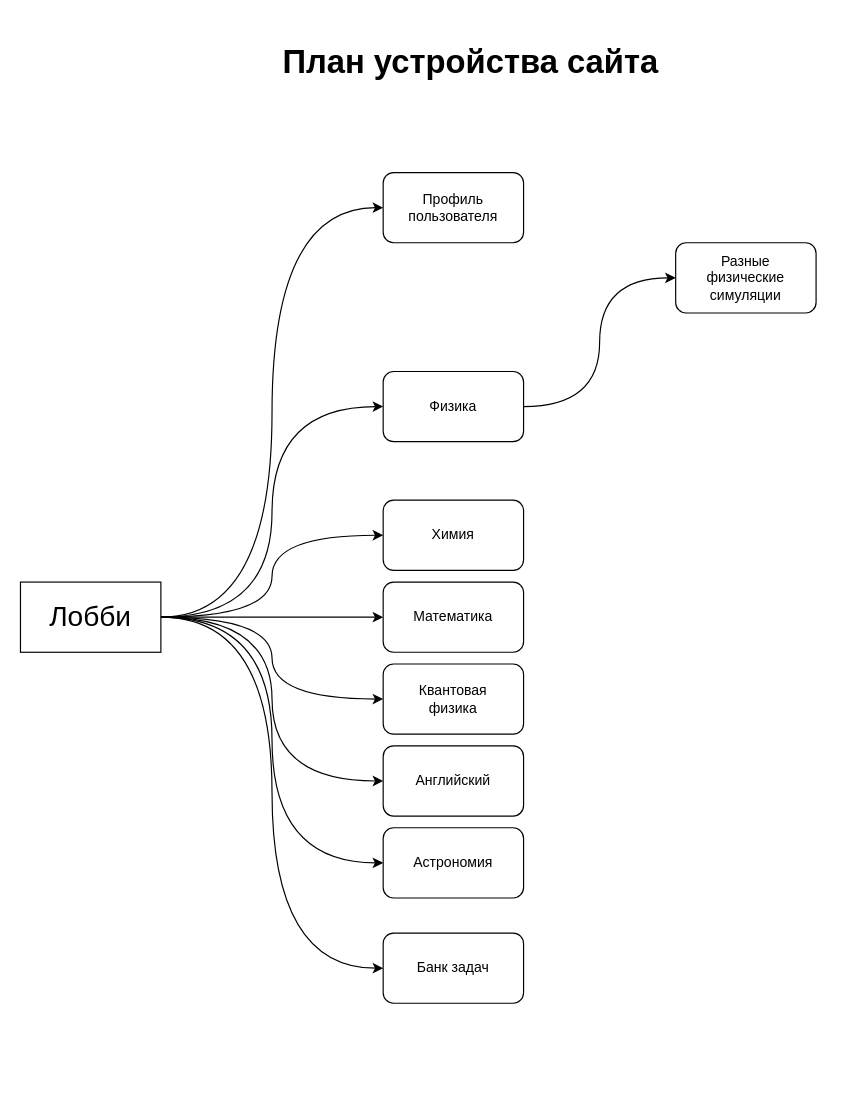
This is other/plan.drawio from VolentCry/study_site, a draw.io file, before an edit. Source tidied: cells renumbered, new cells numbered last; positions are measured from the earlier drawing's top-left corner, leaving out a move shared by most shapes. Both pictures are drawn from the tidied source at 117%, with x=0, y=0 at pixel (20, 20).
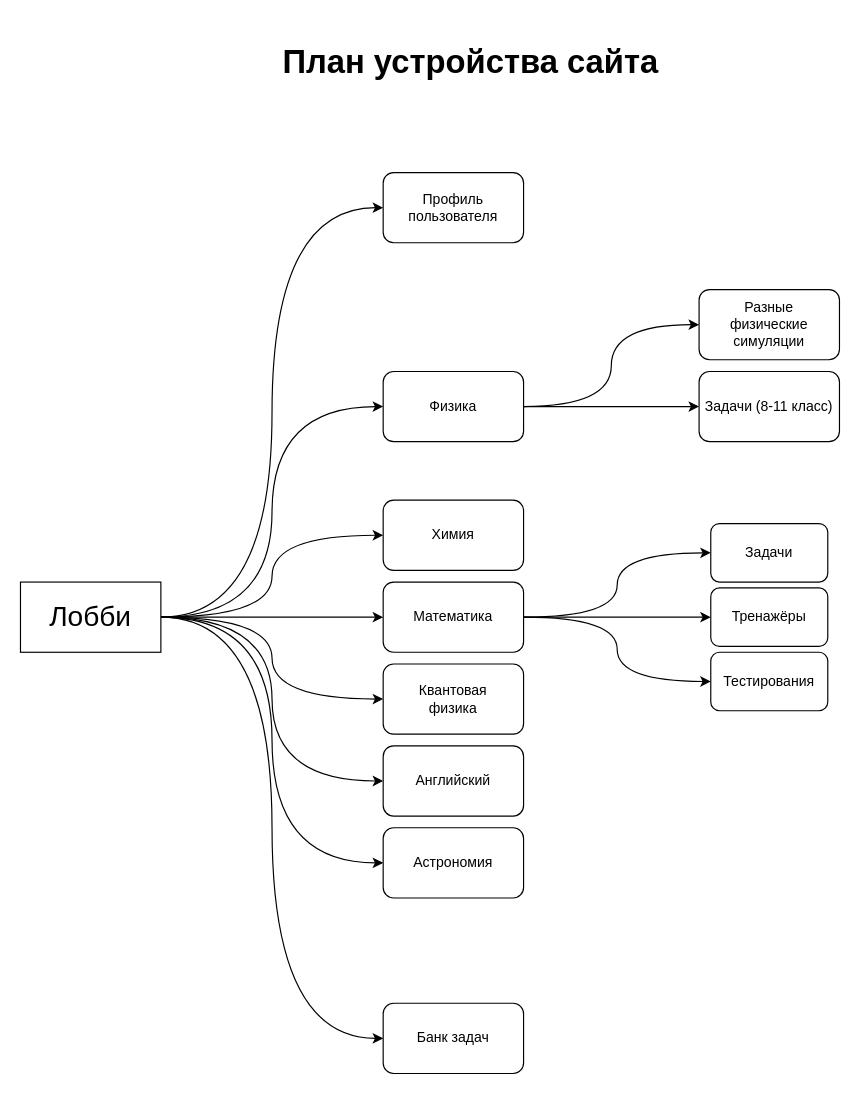
After the change.

Unchanged cells that the change refers to:
```xml
<mxCell id="14" value="Физика" style="rounded=1;whiteSpace=wrap;html=1;roundedPerimeter=1;" parent="1" vertex="1">
  <mxGeometry x="310" y="300" width="120" height="60" as="geometry" />
</mxCell>
<mxCell id="16" value="Математика" style="rounded=1;whiteSpace=wrap;html=1;roundedPerimeter=1;" parent="1" vertex="1">
  <mxGeometry x="310" y="480" width="120" height="60" as="geometry" />
</mxCell>
```

What changed in the source:
```diff
@@
+    <mxCell id="22" style="edgeStyle=orthogonalEdgeStyle;html=1;entryX=0;entryY=0.5;entryDx=0;entryDy=0;curved=1;curveGeometry=1;" parent="1" edge="1" source="14" target="29">
+      <mxGeometry relative="1" as="geometry" />
+    </mxCell>
@@
+    <mxCell id="23" style="edgeStyle=orthogonalEdgeStyle;html=1;entryX=0;entryY=0.5;entryDx=0;entryDy=0;curved=1;curveGeometry=1;" parent="1" edge="1" source="16" target="26">
+      <mxGeometry relative="1" as="geometry" />
+    </mxCell>
+    <mxCell id="24" style="edgeStyle=orthogonalEdgeStyle;html=1;entryX=0;entryY=0.5;entryDx=0;entryDy=0;curved=1;curveGeometry=1;" parent="1" edge="1" source="16" target="27">
+      <mxGeometry relative="1" as="geometry" />
+    </mxCell>
+    <mxCell id="25" style="edgeStyle=orthogonalEdgeStyle;html=1;entryX=0;entryY=0.5;entryDx=0;entryDy=0;curved=1;curveGeometry=1;" parent="1" edge="1" source="16" target="28">
+      <mxGeometry relative="1" as="geometry" />
+    </mxCell>
@@
     <mxCell id="20" value="Разные&lt;div&gt;физические&lt;/div&gt;&lt;div&gt;симуляции&lt;/div&gt;" style="rounded=1;whiteSpace=wrap;html=1;roundedPerimeter=1;" parent="1" vertex="1">
-      <mxGeometry x="560" y="190" width="120" height="60" as="geometry" />
+      <mxGeometry x="580" y="230" width="120" height="60" as="geometry" />
     </mxCell>
     <mxCell id="21" value="Банк задач" style="rounded=1;whiteSpace=wrap;html=1;roundedPerimeter=1;" parent="1" vertex="1">
-      <mxGeometry x="310" y="780" width="120" height="60" as="geometry" />
+      <mxGeometry x="310" y="840" width="120" height="60" as="geometry" />
     </mxCell>
+    <mxCell id="26" value="Задачи" style="rounded=1;whiteSpace=wrap;html=1;roundedPerimeter=1;" parent="1" vertex="1">
+      <mxGeometry x="590" y="430" width="100" height="50" as="geometry" />
+    </mxCell>
+    <mxCell id="27" value="Тренажёры" style="rounded=1;whiteSpace=wrap;html=1;roundedPerimeter=1;" parent="1" vertex="1">
+      <mxGeometry x="590" y="485" width="100" height="50" as="geometry" />
+    </mxCell>
+    <mxCell id="28" value="Тестирования" style="rounded=1;whiteSpace=wrap;html=1;roundedPerimeter=1;" parent="1" vertex="1">
+      <mxGeometry x="590" y="540" width="100" height="50" as="geometry" />
+    </mxCell>
+    <mxCell id="29" value="Задачи (8-11 класс)" style="rounded=1;whiteSpace=wrap;html=1;roundedPerimeter=1;" parent="1" vertex="1">
+      <mxGeometry x="580" y="300" width="120" height="60" as="geometry" />
+    </mxCell>
```
